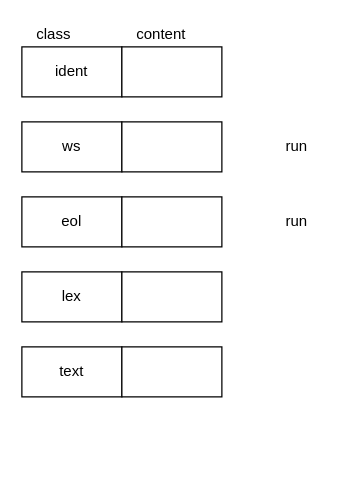
Before: page "basic tokens" (1 of 6) of asca/tokens.drawio in guitarvydas/dasl2, a draw.io diagram. Source tidied: cells renumbered, new cells numbered last; positions are measured from the earlier drawing's top-left corner, leaving out a move shared by most shapes. Both pictures are drawn from the tidied source at 125%, with x=0, y=0 at pixel (21, 21).
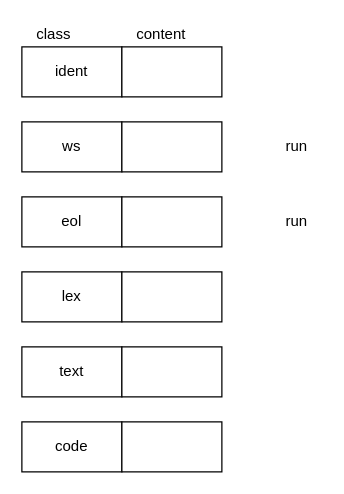
The same page after the edit.

What changed in the source:
```diff
@@
 <mxGraphModel>
   <root>
     <mxCell id="0" />
     <mxCell id="1" parent="0" />
     <mxCell id="2" value="ident" style="rounded=0;whiteSpace=wrap;html=1;" parent="1" vertex="1">
       <mxGeometry y="20" width="80" height="40" as="geometry" />
     </mxCell>
     <mxCell id="3" style="rounded=0;whiteSpace=wrap;html=1;" parent="1" vertex="1">
       <mxGeometry x="80" y="20" width="80" height="40" as="geometry" />
     </mxCell>
     <mxCell id="4" value="class" style="text;html=1;strokeColor=none;fillColor=none;align=left;verticalAlign=middle;whiteSpace=wrap;rounded=0;" parent="1" vertex="1">
       <mxGeometry x="10" width="40" height="20" as="geometry" />
     </mxCell>
     <mxCell id="5" value="content" style="text;html=1;strokeColor=none;fillColor=none;align=left;verticalAlign=middle;whiteSpace=wrap;rounded=0;" parent="1" vertex="1">
       <mxGeometry x="90" width="40" height="20" as="geometry" />
     </mxCell>
     <mxCell id="6" value="ws" style="rounded=0;whiteSpace=wrap;html=1;" parent="1" vertex="1">
       <mxGeometry y="80" width="80" height="40" as="geometry" />
     </mxCell>
     <mxCell id="7" style="rounded=0;whiteSpace=wrap;html=1;" parent="1" vertex="1">
       <mxGeometry x="80" y="80" width="80" height="40" as="geometry" />
     </mxCell>
     <mxCell id="8" value="eol" style="rounded=0;whiteSpace=wrap;html=1;" parent="1" vertex="1">
       <mxGeometry y="140" width="80" height="40" as="geometry" />
     </mxCell>
     <mxCell id="9" style="rounded=0;whiteSpace=wrap;html=1;" parent="1" vertex="1">
       <mxGeometry x="80" y="140" width="80" height="40" as="geometry" />
     </mxCell>
     <mxCell id="10" value="lex" style="rounded=0;whiteSpace=wrap;html=1;" parent="1" vertex="1">
       <mxGeometry y="200" width="80" height="40" as="geometry" />
     </mxCell>
     <mxCell id="11" style="rounded=0;whiteSpace=wrap;html=1;" parent="1" vertex="1">
       <mxGeometry x="80" y="200" width="80" height="40" as="geometry" />
     </mxCell>
     <mxCell id="12" value="text" style="rounded=0;whiteSpace=wrap;html=1;" parent="1" vertex="1">
       <mxGeometry y="260" width="80" height="40" as="geometry" />
     </mxCell>
     <mxCell id="13" style="rounded=0;whiteSpace=wrap;html=1;" parent="1" vertex="1">
       <mxGeometry x="80" y="260" width="80" height="40" as="geometry" />
     </mxCell>
     <mxCell id="14" value="run" style="text;html=1;strokeColor=none;fillColor=none;align=center;verticalAlign=middle;whiteSpace=wrap;rounded=0;" parent="1" vertex="1">
       <mxGeometry x="200" y="90" width="40" height="20" as="geometry" />
     </mxCell>
     <mxCell id="15" value="run" style="text;html=1;strokeColor=none;fillColor=none;align=center;verticalAlign=middle;whiteSpace=wrap;rounded=0;" parent="1" vertex="1">
       <mxGeometry x="200" y="150" width="40" height="20" as="geometry" />
     </mxCell>
+    <mxCell id="16" value="code" style="rounded=0;whiteSpace=wrap;html=1;" parent="1" vertex="1">
+      <mxGeometry y="320" width="80" height="40" as="geometry" />
+    </mxCell>
+    <mxCell id="17" style="rounded=0;whiteSpace=wrap;html=1;" parent="1" vertex="1">
+      <mxGeometry x="80" y="320" width="80" height="40" as="geometry" />
+    </mxCell>
   </root>
 </mxGraphModel>
```
